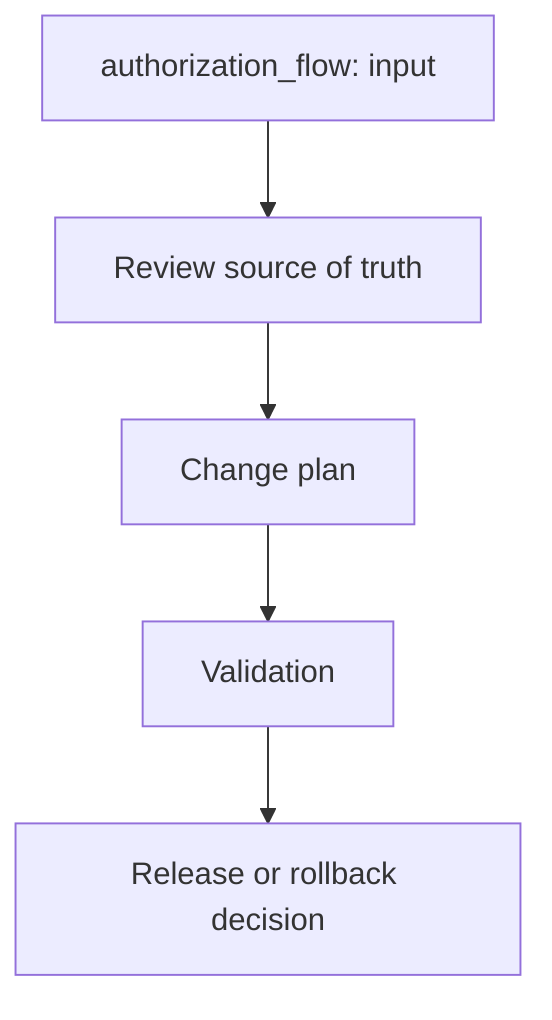
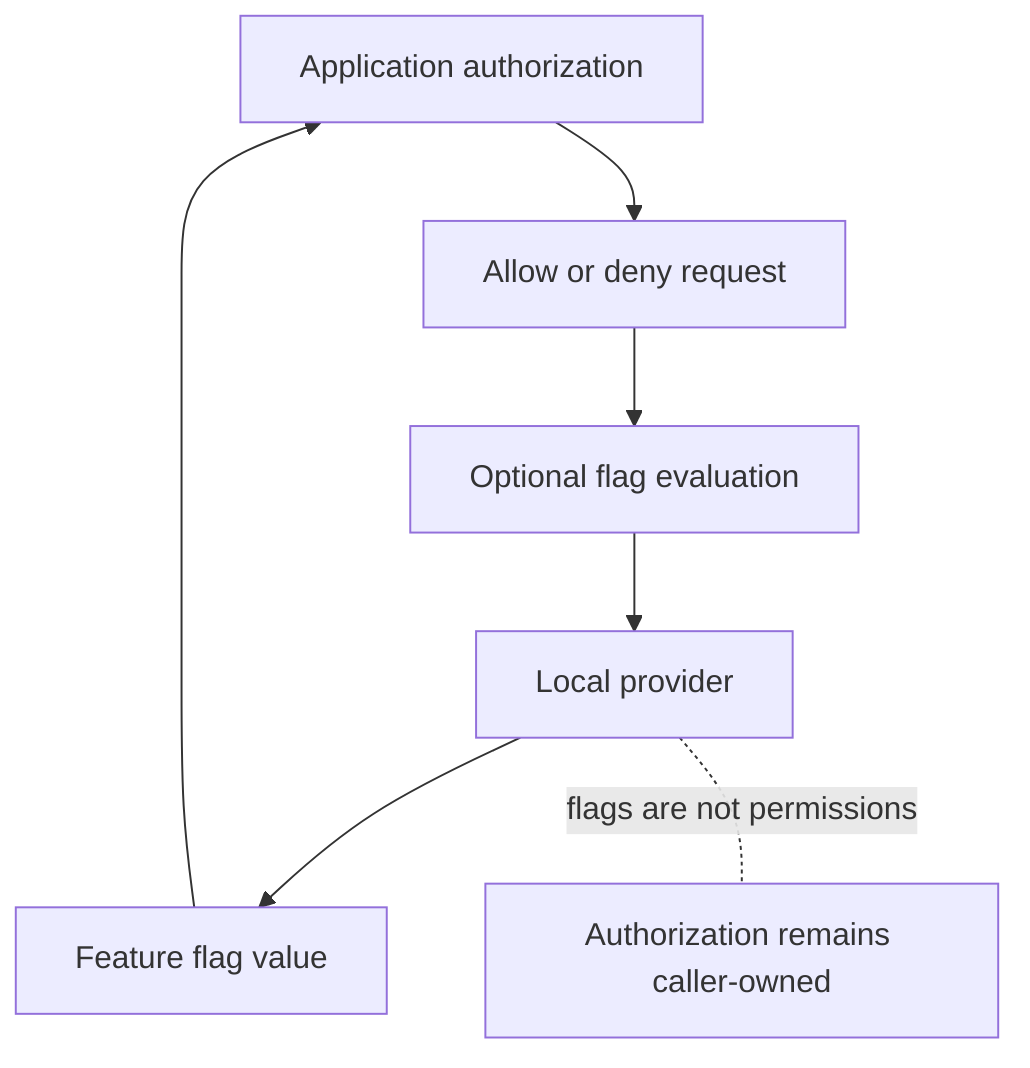
flowchart TD
-   A["authorization_flow: input"] --> B["Review source of truth"]
-   B --> C["Change plan"]
-   C --> D["Validation"]
-   D --> E["Release or rollback decision"]
+   App["Application authorization"] --> Decision["Allow or deny request"]
+   Decision --> Eval["Optional flag evaluation"]
+   Eval --> Provider["Local provider"]
+   Provider --> Value["Feature flag value"]
+   Value --> App
+   Provider -. "flags are not permissions" .- Boundary["Authorization remains caller-owned"]
